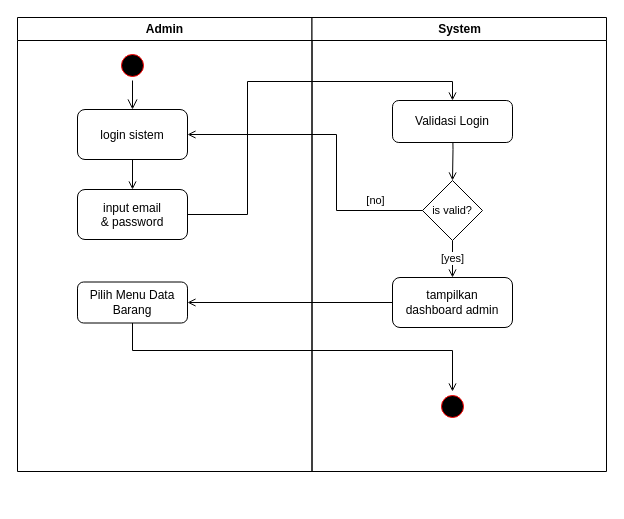
The draw.io diagram page "login admin" (1 of 6) of Activity Diagram.drawio in wahyupambudi/skripsi-skom, before the edit. Source tidied: cells renumbered, new cells numbered last; positions are measured from the earlier drawing's top-left corner, leaving out a move shared by most shapes. Both pictures are drawn from the tidied source at 100%, with x=0, y=0 at pixel (17, 17).
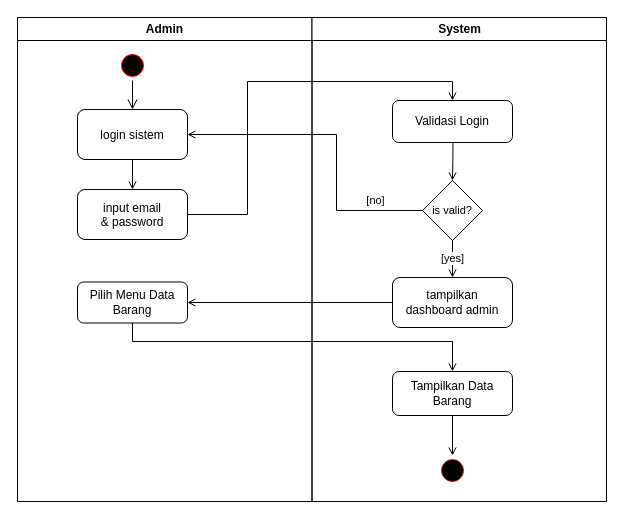
The same page after the edit.

The change refers to these unchanged cells:
```xml
<mxCell id="8" value="Pilih Menu Data Barang" style="whiteSpace=wrap;html=1;fillColor=rgb(255, 255, 255);strokeColor=rgb(0, 0, 0);fontColor=rgb(0, 0, 0);rounded=1;" parent="2" vertex="1">
  <mxGeometry x="60" y="264.5" width="110" height="41" as="geometry" />
</mxCell>
```

The edit, as a diff of the source:
```diff
@@
     <mxCell id="2" value="Admin" style="swimlane;whiteSpace=wrap;startSize=23;swimlaneFillColor=none;gradientColor=none;" parent="1" vertex="1">
-      <mxGeometry width="294.5" height="454" as="geometry" />
+      <mxGeometry width="294.5" height="484" as="geometry" />
     </mxCell>
@@
     <mxCell id="9" value="System" style="swimlane;whiteSpace=wrap;" parent="1" vertex="1">
-      <mxGeometry x="294.5" width="294.5" height="454" as="geometry" />
+      <mxGeometry x="294.5" width="294.5" height="484" as="geometry" />
     </mxCell>
@@
     <mxCell id="15" style="ellipse;shape=startState;fillColor=#000000;strokeColor=#ff0000;" parent="9" vertex="1">
-      <mxGeometry x="125.5" y="374" width="30" height="30" as="geometry" />
+      <mxGeometry x="125.5" y="438" width="30" height="30" as="geometry" />
     </mxCell>
+    <mxCell id="20" style="edgeStyle=orthogonalEdgeStyle;rounded=0;jettySize=auto;html=1;entryX=0.5;entryY=0;entryDx=0;entryDy=0;endArrow=open;endFill=0;" parent="9" edge="1" source="21" target="15">
+      <mxGeometry relative="1" as="geometry" />
+    </mxCell>
+    <mxCell id="21" value="Tampilkan Data Barang" style="whiteSpace=wrap;html=1;fillColor=rgb(255, 255, 255);strokeColor=rgb(0, 0, 0);fontColor=rgb(0, 0, 0);rounded=1;" parent="9" vertex="1">
+      <mxGeometry x="80.5" y="354" width="120" height="44" as="geometry" />
+    </mxCell>
@@
-    <mxCell id="19" style="edgeStyle=orthogonalEdgeStyle;rounded=0;jettySize=auto;html=1;endArrow=open;endFill=0;entryX=0.5;entryY=0;entryDx=0;entryDy=0;" parent="1" edge="1" source="8" target="15">
-      <mxGeometry relative="1" as="geometry">
-        <Array as="points">
-          <mxPoint x="115" y="333" />
-          <mxPoint x="435" y="333" />
-        </Array>
-      </mxGeometry>
-    </mxCell>
+    <mxCell id="22" style="edgeStyle=orthogonalEdgeStyle;rounded=0;jettySize=auto;html=1;endArrow=open;endFill=0;" parent="1" edge="1" source="8" target="21">
+      <mxGeometry relative="1" as="geometry">
+        <Array as="points">
+          <mxPoint x="115" y="324" />
+          <mxPoint x="435" y="324" />
+        </Array>
+      </mxGeometry>
+    </mxCell>
```
